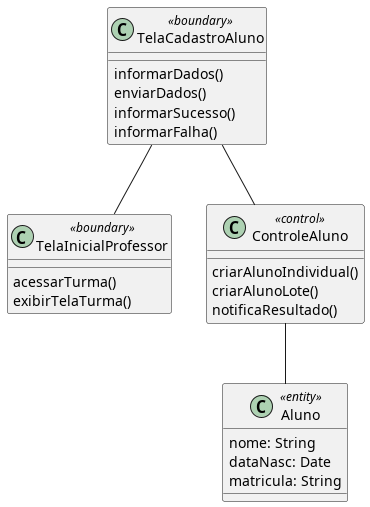
Earlier version of the PlantUML export diagramas/classe_projeto/alterar_aluno.png (Pedro-V/projetorium). Its diagram source:
```plantuml
@startuml
!includesub base.puml!Aluno
!includesub base_telas.puml!TelaInicialProfessor

class TelaCadastroAluno <<boundary>> {
  informarDados()
  enviarDados()
  informarSucesso()
  informarFalha()
}
class ControleAluno <<control>> {
  criarAlunoIndividual()
  criarAlunoLote()
  notificaResultado()
}

TelaCadastroAluno -- ControleAluno
TelaCadastroAluno -- TelaInicialProfessor
ControleAluno -- Aluno
@enduml
```
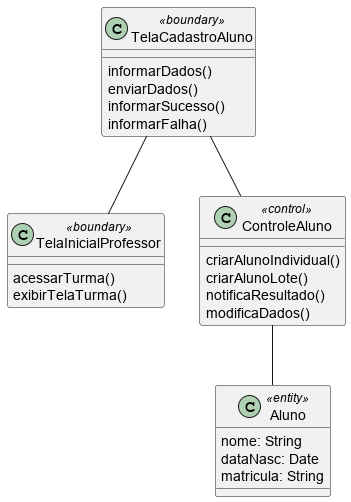
The same diagram one commit later.

Change to the diagram source:
```diff
@@ -12,6 +12,7 @@
   criarAlunoIndividual()
   criarAlunoLote()
   notificaResultado()
+  modificaDados()
 }
 
 TelaCadastroAluno -- ControleAluno
```
